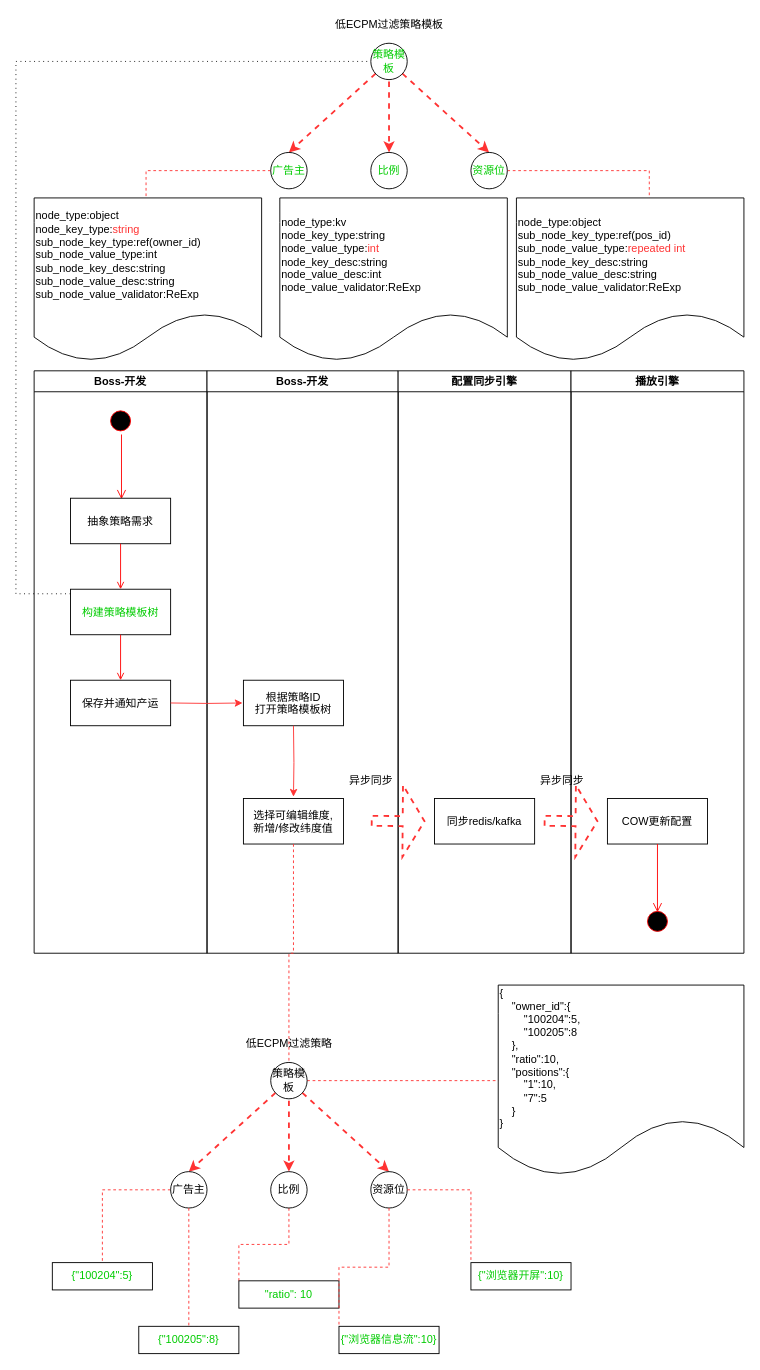
Before: universal-engine/boss_configuration.drawio in karlchan-cn/drawio-repository, a draw.io diagram. Source tidied: cells renumbered, new cells numbered last; positions are measured from the earlier drawing's top-left corner, leaving out a move shared by most shapes. Both pictures are drawn from the tidied source at 91%, with x=0, y=0 at pixel (15, 15).
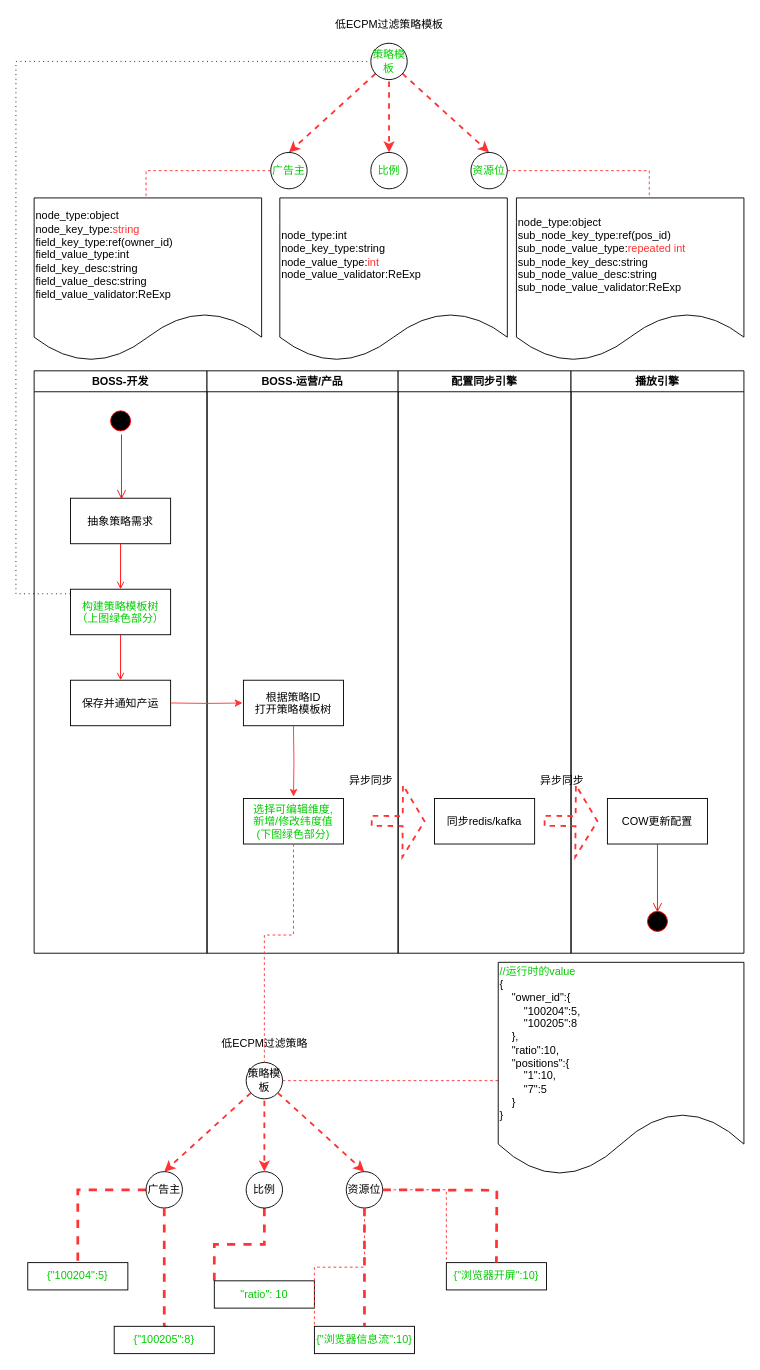
The same page after the edit.

Change to the diagram source:
```diff
@@
-    <mxCell id="2" value="Boss-开发" style="swimlane;whiteSpace=wrap;" parent="1" vertex="1">
+    <mxCell id="2" value="BOSS-开发" style="swimlane;whiteSpace=wrap;" parent="1" vertex="1">
       <mxGeometry x="20" y="390" width="190" height="640" as="geometry" />
     </mxCell>
@@
-    <mxCell id="6" value="构建策略模板树" style="fontColor=#00CC00;" parent="2" vertex="1">
+    <mxCell id="6" value="构建策略模板树&#10;（上图绿色部分）" style="fontColor=#00CC00;" parent="2" vertex="1">
       <mxGeometry x="40" y="240" width="110" height="50" as="geometry" />
     </mxCell>
@@
-    <mxCell id="15" value="Boss-开发" style="swimlane;whiteSpace=wrap;" parent="1" vertex="1">
+    <mxCell id="15" value="BOSS-运营/产品" style="swimlane;whiteSpace=wrap;" parent="1" vertex="1">
       <mxGeometry x="210" y="390" width="210" height="640" as="geometry" />
     </mxCell>
@@
-    <mxCell id="17" value="选择可编辑维度,&#10;新增/修改纬度值" style="fillColor=rgb(255, 255, 255);strokeColor=rgb(0, 0, 0);fontColor=rgb(0, 0, 0);" parent="15" vertex="1">
+    <mxCell id="17" value="选择可编辑维度,&#10;新增/修改纬度值&#10;(下图绿色部分)" style="fillColor=rgb(255, 255, 255);strokeColor=rgb(0, 0, 0);fontColor=#00CC00;" parent="15" vertex="1">
       <mxGeometry x="40" y="470" width="110" height="50" as="geometry" />
     </mxCell>
@@
-    <mxCell id="34" value="node_type:object&lt;br&gt;node_key_type:&lt;font color=&quot;#ff3333&quot;&gt;string&lt;/font&gt;&lt;br&gt;sub_node_key_type:ref(owner_id)&lt;br&gt;sub_node_value_type:int&lt;br&gt;sub_node_key_desc:string&lt;br&gt;sub_node_value_desc:string&lt;br&gt;sub_node_value_validator:ReExp" style="shape=document;whiteSpace=wrap;html=1;boundedLbl=1;align=left;" parent="1" vertex="1">
+    <mxCell id="34" value="node_type:object&lt;br&gt;node_key_type:&lt;font color=&quot;#ff3333&quot;&gt;string&lt;/font&gt;&lt;br&gt;field_key_type:ref(owner_id)&lt;br&gt;field_value_type:int&lt;br&gt;field_key_desc:string&lt;br&gt;field_value_desc:string&lt;br&gt;field_value_validator:ReExp" style="shape=document;whiteSpace=wrap;html=1;boundedLbl=1;align=left;" parent="1" vertex="1">
       <mxGeometry x="20" y="200" width="250" height="180" as="geometry" />
     </mxCell>
@@
-    <mxCell id="38" value="node_type:kv&lt;br&gt;node_key_type:string&lt;br&gt;node_value_type:&lt;font color=&quot;#ff3333&quot;&gt;int&lt;/font&gt;&lt;br&gt;node_key_desc:string&lt;br&gt;node_value_desc:int&lt;br&gt;node_value_validator:ReExp" style="shape=document;whiteSpace=wrap;html=1;boundedLbl=1;align=left;" parent="1" vertex="1">
+    <mxCell id="38" value="node_type:int&lt;br&gt;node_key_type:string&lt;br&gt;node_value_type:&lt;font color=&quot;#ff3333&quot;&gt;int&lt;/font&gt;&lt;br&gt;node_value_validator:ReExp" style="shape=document;whiteSpace=wrap;html=1;boundedLbl=1;align=left;" parent="1" vertex="1">
       <mxGeometry x="290" y="200" width="250" height="180" as="geometry" />
     </mxCell>
@@
     <mxCell id="41" style="edgeStyle=orthogonalEdgeStyle;rounded=0;jettySize=auto;html=1;dashed=1;fontColor=#000000;endArrow=none;endFill=0;strokeColor=#FF3333;strokeWidth=1;" parent="1" edge="1" source="42">
       <mxGeometry relative="1" as="geometry">
-        <mxPoint x="570" y="1170" as="targetPoint" />
+        <mxPoint x="543" y="1170" as="targetPoint" />
       </mxGeometry>
     </mxCell>
     <mxCell id="42" value="策略模板" style="ellipse;whiteSpace=wrap;html=1;fontColor=#000000;" parent="1" vertex="1">
-      <mxGeometry x="280" y="1150" width="40" height="40" as="geometry" />
+      <mxGeometry x="253" y="1150" width="40" height="40" as="geometry" />
     </mxCell>
     <mxCell id="43" value="低ECPM过滤策略" style="text;html=1;align=center;verticalAlign=middle;strokeColor=none;fillColor=none;fontColor=#000000;" parent="1" vertex="1">
-      <mxGeometry x="245" y="1120" width="110" height="20" as="geometry" />
+      <mxGeometry x="218" y="1120" width="110" height="20" as="geometry" />
     </mxCell>
-    <mxCell id="44" style="edgeStyle=orthogonalEdgeStyle;rounded=0;jettySize=auto;html=1;dashed=1;fontColor=#FF3333;endArrow=none;endFill=0;strokeColor=#FF3333;strokeWidth=1;" parent="1" edge="1" source="45" target="50">
+    <mxCell id="44" style="edgeStyle=orthogonalEdgeStyle;rounded=0;jettySize=auto;html=1;dashed=1;fontColor=#FF3333;endArrow=none;endFill=0;strokeColor=#FF3333;strokeWidth=3;" parent="1" edge="1" source="45" target="50">
       <mxGeometry relative="1" as="geometry" />
     </mxCell>
     <mxCell id="45" value="广告主" style="ellipse;whiteSpace=wrap;html=1;fontColor=#000000;" parent="1" vertex="1">
-      <mxGeometry x="170" y="1270" width="40" height="40" as="geometry" />
+      <mxGeometry x="143" y="1270" width="40" height="40" as="geometry" />
     </mxCell>
     <mxCell id="46" value="资源位" style="ellipse;whiteSpace=wrap;html=1;fontColor=#000000;" parent="1" vertex="1">
-      <mxGeometry x="390" y="1270" width="40" height="40" as="geometry" />
+      <mxGeometry x="363" y="1270" width="40" height="40" as="geometry" />
     </mxCell>
-    <mxCell id="47" style="edgeStyle=orthogonalEdgeStyle;rounded=0;jettySize=auto;html=1;entryX=0;entryY=0;entryDx=0;entryDy=0;dashed=1;fontColor=#FF3333;endArrow=none;endFill=0;strokeColor=#FF3333;strokeWidth=1;" parent="1" edge="1" source="48" target="53">
+    <mxCell id="47" style="edgeStyle=orthogonalEdgeStyle;rounded=0;jettySize=auto;html=1;entryX=0;entryY=0;entryDx=0;entryDy=0;dashed=1;fontColor=#FF3333;endArrow=none;endFill=0;strokeColor=#FF3333;strokeWidth=3;" parent="1" edge="1" source="48" target="53">
       <mxGeometry relative="1" as="geometry" />
     </mxCell>
     <mxCell id="48" value="比例" style="ellipse;whiteSpace=wrap;html=1;fontColor=#000000;" parent="1" vertex="1">
-      <mxGeometry x="280" y="1270" width="40" height="40" as="geometry" />
+      <mxGeometry x="253" y="1270" width="40" height="40" as="geometry" />
     </mxCell>
     <mxCell id="49" style="edgeStyle=none;rounded=0;jettySize=auto;html=1;entryX=0.5;entryY=0;entryDx=0;entryDy=0;dashed=1;strokeColor=#FF3333;strokeWidth=2;" parent="1" edge="1" target="48">
       <mxGeometry relative="1" as="geometry">
-        <mxPoint x="300" y="1192" as="sourcePoint" />
+        <mxPoint x="273" y="1192" as="sourcePoint" />
       </mxGeometry>
     </mxCell>
     <mxCell id="50" value="{&quot;100204&quot;:5}" style="whiteSpace=wrap;html=1;fillColor=rgb(255, 255, 255);strokeColor=rgb(0, 0, 0);fontColor=#00CC00;" parent="1" vertex="1">
-      <mxGeometry x="40" y="1370" width="110" height="30" as="geometry" />
+      <mxGeometry x="13" y="1370" width="110" height="30" as="geometry" />
     </mxCell>
-    <mxCell id="51" style="edgeStyle=orthogonalEdgeStyle;rounded=0;jettySize=auto;html=1;dashed=1;fontColor=#FF3333;endArrow=none;endFill=0;strokeColor=#FF3333;strokeWidth=1;exitX=0.5;exitY=1;exitDx=0;exitDy=0;entryX=0.6;entryY=0.033;entryDx=0;entryDy=0;entryPerimeter=0;" parent="1" edge="1" source="45" target="52">
+    <mxCell id="51" style="edgeStyle=orthogonalEdgeStyle;rounded=0;jettySize=auto;html=1;dashed=1;fontColor=#FF3333;endArrow=none;endFill=0;strokeColor=#FF3333;strokeWidth=3;exitX=0.5;exitY=1;exitDx=0;exitDy=0;entryX=0.6;entryY=0.033;entryDx=0;entryDy=0;entryPerimeter=0;" parent="1" edge="1" source="45" target="52">
       <mxGeometry relative="1" as="geometry">
         <Array as="points">
-          <mxPoint x="190" y="1441" />
+          <mxPoint x="163" y="1441" />
         </Array>
       </mxGeometry>
     </mxCell>
     <mxCell id="52" value="&lt;span&gt;{&quot;100205&quot;:8}&lt;/span&gt;" style="whiteSpace=wrap;html=1;fillColor=rgb(255, 255, 255);strokeColor=rgb(0, 0, 0);fontColor=#00CC00;" parent="1" vertex="1">
-      <mxGeometry x="135" y="1440" width="110" height="30" as="geometry" />
+      <mxGeometry x="108" y="1440" width="110" height="30" as="geometry" />
     </mxCell>
     <mxCell id="53" value="&quot;ratio&quot;: 10" style="whiteSpace=wrap;html=1;fillColor=rgb(255, 255, 255);strokeColor=rgb(0, 0, 0);fontColor=#00CC00;" parent="1" vertex="1">
-      <mxGeometry x="245" y="1390" width="110" height="30" as="geometry" />
+      <mxGeometry x="218" y="1390" width="110" height="30" as="geometry" />
     </mxCell>
@@
     <mxCell id="55" value="{&quot;浏览器开屏&quot;:10}" style="whiteSpace=wrap;html=1;fillColor=rgb(255, 255, 255);strokeColor=rgb(0, 0, 0);fontColor=#00CC00;" parent="1" vertex="1">
-      <mxGeometry x="500" y="1370" width="110" height="30" as="geometry" />
+      <mxGeometry x="473" y="1370" width="110" height="30" as="geometry" />
     </mxCell>
@@
     <mxCell id="57" value="{&quot;浏览器信息流&quot;:10}" style="whiteSpace=wrap;html=1;fillColor=rgb(255, 255, 255);strokeColor=rgb(0, 0, 0);fontColor=#00CC00;" parent="1" vertex="1">
-      <mxGeometry x="355" y="1440" width="110" height="30" as="geometry" />
+      <mxGeometry x="328" y="1440" width="110" height="30" as="geometry" />
     </mxCell>
     <mxCell id="58" style="edgeStyle=orthogonalEdgeStyle;rounded=0;jettySize=auto;html=1;entryX=0.5;entryY=0;entryDx=0;entryDy=0;dashed=1;fontColor=#FF3333;endArrow=none;endFill=0;strokeColor=#FF3333;strokeWidth=1;" parent="1" edge="1" target="42">
       <mxGeometry relative="1" as="geometry">
         <mxPoint x="305" y="910" as="sourcePoint" />
         <Array as="points">
-          <mxPoint x="305" y="1030" />
-          <mxPoint x="300" y="1030" />
+          <mxPoint x="305" y="1010" />
+          <mxPoint x="273" y="1010" />
         </Array>
       </mxGeometry>
     </mxCell>
-    <mxCell id="59" value="&lt;div&gt;&lt;br&gt;&lt;/div&gt;&lt;div&gt;{&lt;/div&gt;&lt;div&gt;&amp;nbsp; &amp;nbsp; &quot;owner_id&quot;:{&lt;/div&gt;&lt;div&gt;&amp;nbsp; &amp;nbsp; &amp;nbsp; &amp;nbsp; &quot;100204&quot;:5,&lt;/div&gt;&lt;div&gt;&amp;nbsp; &amp;nbsp; &amp;nbsp; &amp;nbsp; &quot;100205&quot;:8&lt;/div&gt;&lt;div&gt;&amp;nbsp; &amp;nbsp; },&lt;/div&gt;&lt;div&gt;&amp;nbsp; &amp;nbsp; &quot;ratio&quot;:10,&lt;/div&gt;&lt;div&gt;&amp;nbsp; &amp;nbsp; &quot;positions&quot;:{&lt;/div&gt;&lt;div&gt;&amp;nbsp; &amp;nbsp; &amp;nbsp; &amp;nbsp; &quot;1&quot;:10,&lt;/div&gt;&lt;div&gt;&amp;nbsp; &amp;nbsp; &amp;nbsp; &amp;nbsp; &quot;7&quot;:5&lt;/div&gt;&lt;div&gt;&amp;nbsp; &amp;nbsp; }&lt;/div&gt;&lt;div&gt;}&lt;/div&gt;" style="shape=document;whiteSpace=wrap;html=1;boundedLbl=1;fontColor=#000000;align=left;" parent="1" vertex="1">
-      <mxGeometry x="530" y="1065" width="270" height="210" as="geometry" />
+    <mxCell id="59" value="&lt;div&gt;&lt;br&gt;&lt;/div&gt;&lt;div&gt;&lt;font color=&quot;#00cc00&quot;&gt;//运行时的value&lt;/font&gt;&lt;/div&gt;&lt;div&gt;{&lt;/div&gt;&lt;div&gt;&amp;nbsp; &amp;nbsp; &quot;owner_id&quot;:{&lt;/div&gt;&lt;div&gt;&amp;nbsp; &amp;nbsp; &amp;nbsp; &amp;nbsp; &quot;100204&quot;:5,&lt;/div&gt;&lt;div&gt;&amp;nbsp; &amp;nbsp; &amp;nbsp; &amp;nbsp; &quot;100205&quot;:8&lt;/div&gt;&lt;div&gt;&amp;nbsp; &amp;nbsp; },&lt;/div&gt;&lt;div&gt;&amp;nbsp; &amp;nbsp; &quot;ratio&quot;:10,&lt;/div&gt;&lt;div&gt;&amp;nbsp; &amp;nbsp; &quot;positions&quot;:{&lt;/div&gt;&lt;div&gt;&amp;nbsp; &amp;nbsp; &amp;nbsp; &amp;nbsp; &quot;1&quot;:10,&lt;/div&gt;&lt;div&gt;&amp;nbsp; &amp;nbsp; &amp;nbsp; &amp;nbsp; &quot;7&quot;:5&lt;/div&gt;&lt;div&gt;&amp;nbsp; &amp;nbsp; }&lt;/div&gt;&lt;div&gt;}&lt;/div&gt;" style="shape=document;whiteSpace=wrap;html=1;boundedLbl=1;fontColor=#000000;align=left;" parent="1" vertex="1">
+      <mxGeometry x="530" y="1040" width="270" height="235" as="geometry" />
     </mxCell>
+    <mxCell id="60" style="edgeStyle=orthogonalEdgeStyle;rounded=0;orthogonalLoop=1;jettySize=auto;html=1;dashed=1;fontColor=#FF3333;endArrow=none;endFill=0;strokeColor=#FF3333;strokeWidth=3;exitX=1;exitY=0.5;exitDx=0;exitDy=0;" parent="1" edge="1">
+      <mxGeometry relative="1" as="geometry">
+        <mxPoint x="403" y="1290" as="sourcePoint" />
+        <mxPoint x="528" y="1370" as="targetPoint" />
+      </mxGeometry>
+    </mxCell>
+    <mxCell id="61" style="edgeStyle=orthogonalEdgeStyle;rounded=0;orthogonalLoop=1;jettySize=auto;html=1;dashed=1;fontColor=#FF3333;endArrow=none;endFill=0;strokeColor=#FF3333;strokeWidth=3;exitX=0.5;exitY=1;exitDx=0;exitDy=0;" parent="1" edge="1">
+      <mxGeometry relative="1" as="geometry">
+        <mxPoint x="383" y="1310" as="sourcePoint" />
+        <mxPoint x="383" y="1440" as="targetPoint" />
+      </mxGeometry>
+    </mxCell>
```
